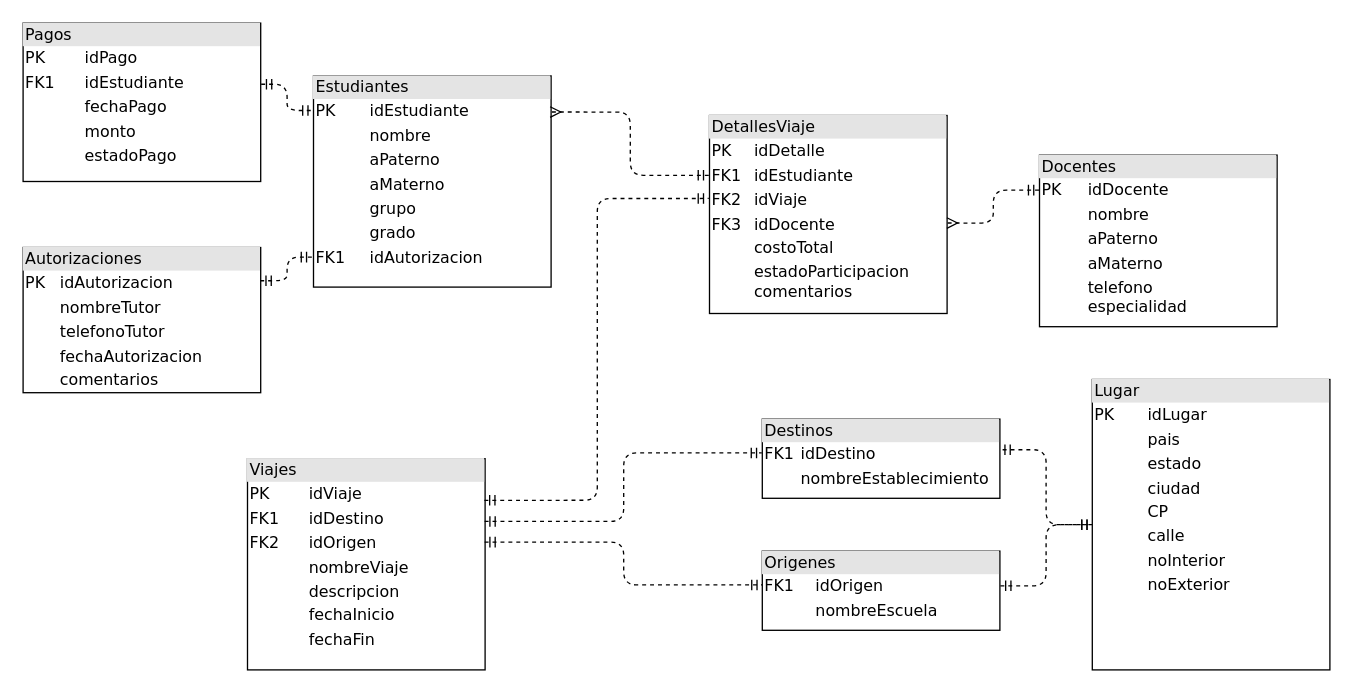
ShyAd1/Database keeps this draw.io diagram as proyecto/DiagramaRelacional.drawio. Above is the earlier version. Source tidied: cells renumbered, new cells numbered last; positions are measured from the earlier drawing's top-left corner, leaving out a move shared by most shapes. Both pictures are drawn from the tidied source at 132%, with x=0, y=0 at pixel (22, 22).
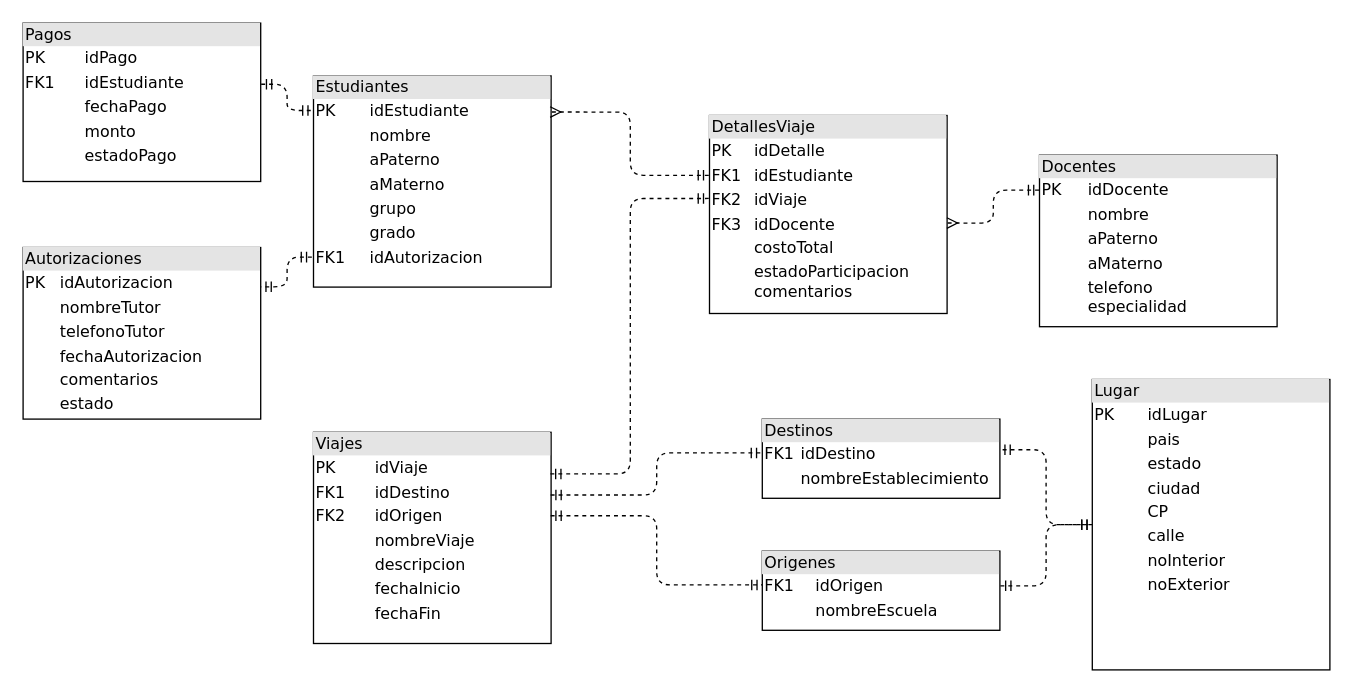
After the change.

The edit, as a diff of the source:
```diff
@@
 <mxGraphModel>
   <root>
     <mxCell id="0" />
     <mxCell id="1" parent="0" />
     <mxCell id="2" value="&lt;div style=&quot;box-sizing:border-box;width:100%;background:#e4e4e4;padding:2px;&quot;&gt;Viajes&lt;/div&gt;&lt;table style=&quot;width:100%;font-size:1em;&quot; cellpadding=&quot;2&quot; cellspacing=&quot;0&quot;&gt;&lt;tbody&gt;&lt;tr&gt;&lt;td&gt;PK&lt;/td&gt;&lt;td&gt;idViaje&lt;/td&gt;&lt;/tr&gt;&lt;tr&gt;&lt;td&gt;FK1&lt;/td&gt;&lt;td&gt;idDestino&lt;/td&gt;&lt;/tr&gt;&lt;tr&gt;&lt;td&gt;FK2&lt;/td&gt;&lt;td&gt;idOrigen&lt;/td&gt;&lt;/tr&gt;&lt;tr&gt;&lt;td&gt;&lt;/td&gt;&lt;td&gt;nombreViaje&lt;/td&gt;&lt;/tr&gt;&lt;tr&gt;&lt;td&gt;&lt;br&gt;&lt;/td&gt;&lt;td&gt;descripcion&lt;/td&gt;&lt;/tr&gt;&lt;tr&gt;&lt;td&gt;&lt;br&gt;&lt;/td&gt;&lt;td&gt;fechaInicio&lt;/td&gt;&lt;/tr&gt;&lt;tr&gt;&lt;td&gt;&lt;br&gt;&lt;/td&gt;&lt;td&gt;fechaFin&lt;/td&gt;&lt;/tr&gt;&lt;/tbody&gt;&lt;/table&gt;" style="verticalAlign=top;align=left;overflow=fill;html=1;rounded=0;shadow=0;comic=0;labelBackgroundColor=none;strokeWidth=1;fontFamily=Verdana;fontSize=12;" parent="1" vertex="1">
-      <mxGeometry x="170" y="330" width="180" height="160" as="geometry" />
+      <mxGeometry x="220" y="310" width="180" height="160" as="geometry" />
     </mxCell>
     <mxCell id="3" style="edgeStyle=orthogonalEdgeStyle;html=1;entryX=-0.001;entryY=0.164;dashed=1;labelBackgroundColor=none;startArrow=ERmandOne;endArrow=ERmandOne;fontFamily=Verdana;fontSize=12;align=left;endFill=0;entryDx=0;entryDy=0;entryPerimeter=0;exitX=1.002;exitY=0.386;exitDx=0;exitDy=0;exitPerimeter=0;" parent="1" edge="1" source="4" target="12">
       <mxGeometry relative="1" as="geometry" />
     </mxCell>
     <mxCell id="4" value="&lt;div style=&quot;box-sizing: border-box ; width: 100% ; background: #e4e4e4 ; padding: 2px&quot;&gt;Pagos&lt;/div&gt;&lt;table style=&quot;width: 100% ; font-size: 1em&quot; cellpadding=&quot;2&quot; cellspacing=&quot;0&quot;&gt;&lt;tbody&gt;&lt;tr&gt;&lt;td&gt;PK&lt;/td&gt;&lt;td&gt;idPago&lt;/td&gt;&lt;/tr&gt;&lt;tr&gt;&lt;td&gt;FK1&lt;/td&gt;&lt;td&gt;idEstudiante&lt;/td&gt;&lt;/tr&gt;&lt;tr&gt;&lt;td&gt;&lt;/td&gt;&lt;td&gt;fechaPago&lt;/td&gt;&lt;/tr&gt;&lt;tr&gt;&lt;td&gt;&lt;br&gt;&lt;/td&gt;&lt;td&gt;monto&lt;br&gt;&lt;/td&gt;&lt;/tr&gt;&lt;tr&gt;&lt;td&gt;&lt;br&gt;&lt;/td&gt;&lt;td&gt;estadoPago&lt;/td&gt;&lt;/tr&gt;&lt;/tbody&gt;&lt;/table&gt;" style="verticalAlign=top;align=left;overflow=fill;html=1;rounded=0;shadow=0;comic=0;labelBackgroundColor=none;strokeWidth=1;fontFamily=Verdana;fontSize=12;" parent="1" vertex="1">
       <mxGeometry width="180" height="120" as="geometry" />
     </mxCell>
     <mxCell id="5" style="edgeStyle=orthogonalEdgeStyle;html=1;labelBackgroundColor=none;startArrow=ERmandOne;endArrow=ERmandOne;fontFamily=Verdana;fontSize=12;align=left;entryX=0;entryY=0.5;entryDx=0;entryDy=0;dashed=1;endFill=0;exitX=1.002;exitY=0.438;exitDx=0;exitDy=0;exitPerimeter=0;" parent="1" edge="1" source="6" target="9">
       <mxGeometry relative="1" as="geometry" />
     </mxCell>
     <mxCell id="6" value="&lt;div style=&quot;box-sizing: border-box ; width: 100% ; background: #e4e4e4 ; padding: 2px&quot;&gt;Origenes&lt;/div&gt;&lt;table style=&quot;width: 100% ; font-size: 1em&quot; cellpadding=&quot;2&quot; cellspacing=&quot;0&quot;&gt;&lt;tbody&gt;&lt;tr&gt;&lt;td&gt;FK1&lt;/td&gt;&lt;td&gt;idOrigen&lt;/td&gt;&lt;/tr&gt;&lt;tr&gt;&lt;td&gt;&lt;br&gt;&lt;/td&gt;&lt;td&gt;nombreEscuela&lt;/td&gt;&lt;/tr&gt;&lt;/tbody&gt;&lt;/table&gt;" style="verticalAlign=top;align=left;overflow=fill;html=1;rounded=0;shadow=0;comic=0;labelBackgroundColor=none;strokeWidth=1;fontFamily=Verdana;fontSize=12;" parent="1" vertex="1">
       <mxGeometry x="560" y="400" width="180" height="60" as="geometry" />
     </mxCell>
     <mxCell id="7" value="&lt;div style=&quot;box-sizing: border-box ; width: 100% ; background: #e4e4e4 ; padding: 2px&quot;&gt;Destinos&lt;/div&gt;&lt;table style=&quot;width: 100% ; font-size: 1em&quot; cellpadding=&quot;2&quot; cellspacing=&quot;0&quot;&gt;&lt;tbody&gt;&lt;tr&gt;&lt;td&gt;FK1&lt;/td&gt;&lt;td&gt;idDestino&lt;/td&gt;&lt;/tr&gt;&lt;tr&gt;&lt;td&gt;&lt;br&gt;&lt;/td&gt;&lt;td&gt;nombreEstablecimiento&lt;/td&gt;&lt;/tr&gt;&lt;/tbody&gt;&lt;/table&gt;" style="verticalAlign=top;align=left;overflow=fill;html=1;rounded=0;shadow=0;comic=0;labelBackgroundColor=none;strokeWidth=1;fontFamily=Verdana;fontSize=12;" parent="1" vertex="1">
       <mxGeometry x="560" y="300" width="180" height="60" as="geometry" />
     </mxCell>
     <mxCell id="8" style="edgeStyle=orthogonalEdgeStyle;html=1;entryX=0.999;entryY=0.387;labelBackgroundColor=none;startArrow=ERmandOne;endArrow=ERmandOne;fontFamily=Verdana;fontSize=12;align=left;exitX=0;exitY=0.5;exitDx=0;exitDy=0;dashed=1;endFill=0;entryDx=0;entryDy=0;entryPerimeter=0;" parent="1" edge="1" source="9" target="7">
       <mxGeometry relative="1" as="geometry" />
     </mxCell>
     <mxCell id="9" value="&lt;div style=&quot;box-sizing:border-box;width:100%;background:#e4e4e4;padding:2px;&quot;&gt;Lugar&lt;/div&gt;&lt;table style=&quot;width:100%;font-size:1em;&quot; cellpadding=&quot;2&quot; cellspacing=&quot;0&quot;&gt;&lt;tbody&gt;&lt;tr&gt;&lt;td&gt;PK&lt;/td&gt;&lt;td&gt;idLugar&lt;/td&gt;&lt;/tr&gt;&lt;tr&gt;&lt;td&gt;&lt;br&gt;&lt;/td&gt;&lt;td&gt;pais&lt;/td&gt;&lt;/tr&gt;&lt;tr&gt;&lt;td&gt;&lt;br&gt;&lt;/td&gt;&lt;td&gt;estado&lt;/td&gt;&lt;/tr&gt;&lt;tr&gt;&lt;td&gt;&lt;br&gt;&lt;/td&gt;&lt;td&gt;ciudad&lt;/td&gt;&lt;/tr&gt;&lt;tr&gt;&lt;td&gt;&lt;br&gt;&lt;/td&gt;&lt;td&gt;CP&lt;/td&gt;&lt;/tr&gt;&lt;tr&gt;&lt;td&gt;&lt;br&gt;&lt;/td&gt;&lt;td&gt;calle&lt;/td&gt;&lt;/tr&gt;&lt;tr&gt;&lt;td&gt;&lt;br&gt;&lt;/td&gt;&lt;td&gt;noInterior&lt;/td&gt;&lt;/tr&gt;&lt;tr&gt;&lt;td&gt;&lt;br&gt;&lt;/td&gt;&lt;td&gt;noExterior&lt;/td&gt;&lt;/tr&gt;&lt;/tbody&gt;&lt;/table&gt;" style="verticalAlign=top;align=left;overflow=fill;html=1;rounded=0;shadow=0;comic=0;labelBackgroundColor=none;strokeWidth=1;fontFamily=Verdana;fontSize=12;" parent="1" vertex="1">
       <mxGeometry x="810" y="270" width="180" height="220" as="geometry" />
     </mxCell>
-    <mxCell id="10" value="&lt;div style=&quot;box-sizing: border-box ; width: 100% ; background: #e4e4e4 ; padding: 2px&quot;&gt;Autorizaciones&lt;/div&gt;&lt;table style=&quot;width: 100% ; font-size: 1em&quot; cellpadding=&quot;2&quot; cellspacing=&quot;0&quot;&gt;&lt;tbody&gt;&lt;tr&gt;&lt;td&gt;PK&lt;/td&gt;&lt;td&gt;idAutorizacion&lt;/td&gt;&lt;/tr&gt;&lt;tr&gt;&lt;td&gt;&lt;br&gt;&lt;/td&gt;&lt;td&gt;nombreTutor&lt;/td&gt;&lt;/tr&gt;&lt;tr&gt;&lt;td&gt;&lt;/td&gt;&lt;td&gt;telefonoTutor&lt;/td&gt;&lt;/tr&gt;&lt;tr&gt;&lt;td&gt;&lt;br&gt;&lt;/td&gt;&lt;td&gt;fechaAutorizacion&lt;br&gt;&lt;/td&gt;&lt;/tr&gt;&lt;tr&gt;&lt;td&gt;&lt;br&gt;&lt;/td&gt;&lt;td&gt;comentarios&lt;br&gt;&lt;/td&gt;&lt;/tr&gt;&lt;/tbody&gt;&lt;/table&gt;" style="verticalAlign=top;align=left;overflow=fill;html=1;rounded=0;shadow=0;comic=0;labelBackgroundColor=none;strokeWidth=1;fontFamily=Verdana;fontSize=12;" parent="1" vertex="1">
-      <mxGeometry y="170" width="180" height="110" as="geometry" />
+    <mxCell id="10" value="&lt;div style=&quot;box-sizing: border-box ; width: 100% ; background: #e4e4e4 ; padding: 2px&quot;&gt;Autorizaciones&lt;/div&gt;&lt;table style=&quot;width: 100% ; font-size: 1em&quot; cellpadding=&quot;2&quot; cellspacing=&quot;0&quot;&gt;&lt;tbody&gt;&lt;tr&gt;&lt;td&gt;PK&lt;/td&gt;&lt;td&gt;idAutorizacion&lt;/td&gt;&lt;/tr&gt;&lt;tr&gt;&lt;td&gt;&lt;br&gt;&lt;/td&gt;&lt;td&gt;nombreTutor&lt;/td&gt;&lt;/tr&gt;&lt;tr&gt;&lt;td&gt;&lt;/td&gt;&lt;td&gt;telefonoTutor&lt;/td&gt;&lt;/tr&gt;&lt;tr&gt;&lt;td&gt;&lt;br&gt;&lt;/td&gt;&lt;td&gt;fechaAutorizacion&lt;br&gt;&lt;/td&gt;&lt;/tr&gt;&lt;tr&gt;&lt;td&gt;&lt;br&gt;&lt;/td&gt;&lt;td&gt;comentarios&lt;br&gt;&lt;/td&gt;&lt;/tr&gt;&lt;tr&gt;&lt;td&gt;&lt;br&gt;&lt;/td&gt;&lt;td&gt;estado&lt;/td&gt;&lt;/tr&gt;&lt;/tbody&gt;&lt;/table&gt;" style="verticalAlign=top;align=left;overflow=fill;html=1;rounded=0;shadow=0;comic=0;labelBackgroundColor=none;strokeWidth=1;fontFamily=Verdana;fontSize=12;" parent="1" vertex="1">
+      <mxGeometry y="170" width="180" height="130" as="geometry" />
     </mxCell>
     <mxCell id="11" style="edgeStyle=orthogonalEdgeStyle;html=1;entryX=1;entryY=0.229;labelBackgroundColor=none;startArrow=ERmandOne;endArrow=ERmandOne;fontFamily=Verdana;fontSize=12;align=left;dashed=1;exitX=-0.007;exitY=0.858;exitDx=0;exitDy=0;exitPerimeter=0;entryDx=0;entryDy=0;endFill=0;entryPerimeter=0;" parent="1" edge="1" source="12" target="10">
       <mxGeometry relative="1" as="geometry" />
     </mxCell>
     <mxCell id="12" value="&lt;div style=&quot;box-sizing: border-box ; width: 100% ; background: #e4e4e4 ; padding: 2px&quot;&gt;Estudiantes&lt;/div&gt;&lt;table style=&quot;width: 100% ; font-size: 1em&quot; cellpadding=&quot;2&quot; cellspacing=&quot;0&quot;&gt;&lt;tbody&gt;&lt;tr&gt;&lt;td&gt;PK&lt;/td&gt;&lt;td&gt;idEstudiante&lt;/td&gt;&lt;/tr&gt;&lt;tr&gt;&lt;td&gt;&lt;br&gt;&lt;/td&gt;&lt;td&gt;nombre&lt;/td&gt;&lt;/tr&gt;&lt;tr&gt;&lt;td&gt;&lt;/td&gt;&lt;td&gt;aPaterno&lt;/td&gt;&lt;/tr&gt;&lt;tr&gt;&lt;td&gt;&lt;br&gt;&lt;/td&gt;&lt;td&gt;aMaterno&lt;/td&gt;&lt;/tr&gt;&lt;tr&gt;&lt;td&gt;&lt;br&gt;&lt;/td&gt;&lt;td&gt;grupo&lt;/td&gt;&lt;/tr&gt;&lt;tr&gt;&lt;td&gt;&lt;br&gt;&lt;/td&gt;&lt;td&gt;grado&lt;/td&gt;&lt;/tr&gt;&lt;tr&gt;&lt;td&gt;FK1&lt;/td&gt;&lt;td&gt;idAutorizacion&lt;/td&gt;&lt;/tr&gt;&lt;/tbody&gt;&lt;/table&gt;" style="verticalAlign=top;align=left;overflow=fill;html=1;rounded=0;shadow=0;comic=0;labelBackgroundColor=none;strokeWidth=1;fontFamily=Verdana;fontSize=12;" parent="1" vertex="1">
       <mxGeometry x="220" y="40" width="180" height="160" as="geometry" />
     </mxCell>
     <mxCell id="13" value="&lt;div style=&quot;box-sizing: border-box ; width: 100% ; background: #e4e4e4 ; padding: 2px&quot;&gt;DetallesViaje&lt;/div&gt;&lt;table style=&quot;width: 100% ; font-size: 1em&quot; cellpadding=&quot;2&quot; cellspacing=&quot;0&quot;&gt;&lt;tbody&gt;&lt;tr&gt;&lt;td&gt;PK&lt;/td&gt;&lt;td&gt;idDetalle&lt;/td&gt;&lt;/tr&gt;&lt;tr&gt;&lt;td&gt;FK1&lt;/td&gt;&lt;td&gt;idEstudiante&lt;/td&gt;&lt;/tr&gt;&lt;tr&gt;&lt;td&gt;FK2&lt;/td&gt;&lt;td&gt;idViaje&lt;/td&gt;&lt;/tr&gt;&lt;tr&gt;&lt;td&gt;FK3&lt;/td&gt;&lt;td&gt;idDocente&lt;br&gt;&lt;/td&gt;&lt;/tr&gt;&lt;tr&gt;&lt;td&gt;&lt;br&gt;&lt;/td&gt;&lt;td&gt;costoTotal&lt;br&gt;&lt;/td&gt;&lt;/tr&gt;&lt;tr&gt;&lt;td&gt;&lt;br&gt;&lt;/td&gt;&lt;td&gt;estadoParticipacion&lt;br&gt;comentarios&lt;/td&gt;&lt;/tr&gt;&lt;/tbody&gt;&lt;/table&gt;" style="verticalAlign=top;align=left;overflow=fill;html=1;rounded=0;shadow=0;comic=0;labelBackgroundColor=none;strokeWidth=1;fontFamily=Verdana;fontSize=12;" parent="1" vertex="1">
       <mxGeometry x="520" y="70" width="180" height="150" as="geometry" />
     </mxCell>
     <mxCell id="14" style="edgeStyle=orthogonalEdgeStyle;html=1;entryX=0.996;entryY=0.171;labelBackgroundColor=none;startArrow=ERmandOne;endArrow=ERmany;fontFamily=Verdana;fontSize=12;align=left;dashed=1;exitX=-0.003;exitY=0.302;exitDx=0;exitDy=0;exitPerimeter=0;entryDx=0;entryDy=0;endFill=0;entryPerimeter=0;startFill=0;" parent="1" edge="1" source="13" target="12">
       <mxGeometry relative="1" as="geometry" />
     </mxCell>
     <mxCell id="15" value="&lt;div style=&quot;box-sizing: border-box ; width: 100% ; background: #e4e4e4 ; padding: 2px&quot;&gt;Docentes&lt;/div&gt;&lt;table style=&quot;width: 100% ; font-size: 1em&quot; cellpadding=&quot;2&quot; cellspacing=&quot;0&quot;&gt;&lt;tbody&gt;&lt;tr&gt;&lt;td&gt;PK&lt;/td&gt;&lt;td&gt;idDocente&lt;/td&gt;&lt;/tr&gt;&lt;tr&gt;&lt;td&gt;&lt;br&gt;&lt;/td&gt;&lt;td&gt;nombre&lt;/td&gt;&lt;/tr&gt;&lt;tr&gt;&lt;td&gt;&lt;/td&gt;&lt;td&gt;aPaterno&lt;/td&gt;&lt;/tr&gt;&lt;tr&gt;&lt;td&gt;&lt;br&gt;&lt;/td&gt;&lt;td&gt;aMaterno&lt;br&gt;&lt;/td&gt;&lt;/tr&gt;&lt;tr&gt;&lt;td&gt;&lt;br&gt;&lt;/td&gt;&lt;td&gt;telefono&lt;br&gt;especialidad&lt;/td&gt;&lt;/tr&gt;&lt;/tbody&gt;&lt;/table&gt;" style="verticalAlign=top;align=left;overflow=fill;html=1;rounded=0;shadow=0;comic=0;labelBackgroundColor=none;strokeWidth=1;fontFamily=Verdana;fontSize=12;" parent="1" vertex="1">
       <mxGeometry x="770" y="100" width="180" height="130" as="geometry" />
     </mxCell>
     <mxCell id="16" style="edgeStyle=orthogonalEdgeStyle;html=1;labelBackgroundColor=none;startArrow=ERmandOne;endArrow=ERmany;fontFamily=Verdana;fontSize=12;align=left;dashed=1;exitX=-0.002;exitY=0.204;exitDx=0;exitDy=0;exitPerimeter=0;endFill=0;startFill=0;entryX=0.999;entryY=0.543;entryDx=0;entryDy=0;entryPerimeter=0;" parent="1" edge="1" source="15" target="13">
       <mxGeometry relative="1" as="geometry" />
     </mxCell>
     <mxCell id="17" style="edgeStyle=orthogonalEdgeStyle;html=1;endArrow=ERmandOne;startArrow=ERmandOne;labelBackgroundColor=none;fontFamily=Verdana;fontSize=12;align=left;exitX=0.997;exitY=0.197;entryX=-0.003;entryY=0.419;dashed=1;entryDx=0;entryDy=0;entryPerimeter=0;endFill=0;exitDx=0;exitDy=0;exitPerimeter=0;" parent="1" edge="1" source="2" target="13">
       <mxGeometry relative="1" as="geometry" />
     </mxCell>
     <mxCell id="18" style="edgeStyle=orthogonalEdgeStyle;html=1;labelBackgroundColor=none;startArrow=ERmandOne;endArrow=ERmandOne;fontFamily=Verdana;fontSize=12;align=left;entryX=-0.002;entryY=0.427;entryDx=0;entryDy=0;entryPerimeter=0;dashed=1;endFill=0;exitX=0.998;exitY=0.297;exitDx=0;exitDy=0;exitPerimeter=0;" parent="1" edge="1" source="2" target="7">
       <mxGeometry relative="1" as="geometry" />
     </mxCell>
     <mxCell id="19" style="edgeStyle=orthogonalEdgeStyle;html=1;labelBackgroundColor=none;startArrow=ERmandOne;endArrow=ERmandOne;fontFamily=Verdana;fontSize=12;align=left;entryX=0;entryY=0.427;entryDx=0;entryDy=0;entryPerimeter=0;dashed=1;endFill=0;exitX=0.998;exitY=0.395;exitDx=0;exitDy=0;exitPerimeter=0;" parent="1" edge="1" source="2" target="6">
       <mxGeometry relative="1" as="geometry" />
     </mxCell>
   </root>
 </mxGraphModel>
```
